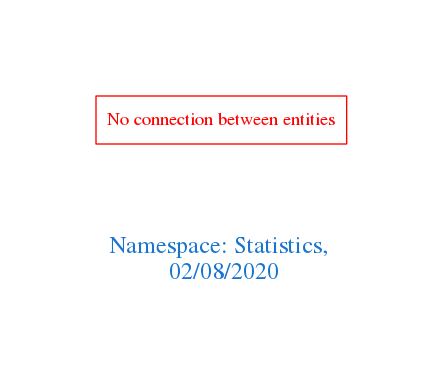
The Graphviz diagram downloads/Statistics.png in arago/OGIT, before a commit. Its source is kept beside it as downloads/Statistics.dot.
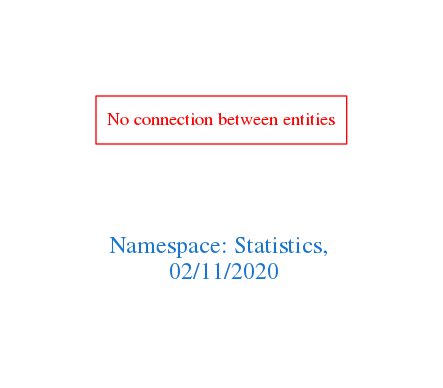
The same file after the commit.

What changed in the source:
```diff
@@ -1,7 +1,7 @@
 digraph OGIT_ontology {
  graph [ rankdir= LR,pad=1
 fontsize = 18,
-fontcolor= dodgerblue3,label = "\n\n\nNamespace: Statistics, \n 02/08/2020"];
+fontcolor= dodgerblue3,label = "\n\n\nNamespace: Statistics, \n 02/11/2020"];
 node[shape=polygon];
 edge [  color="gray81"];
 
```
